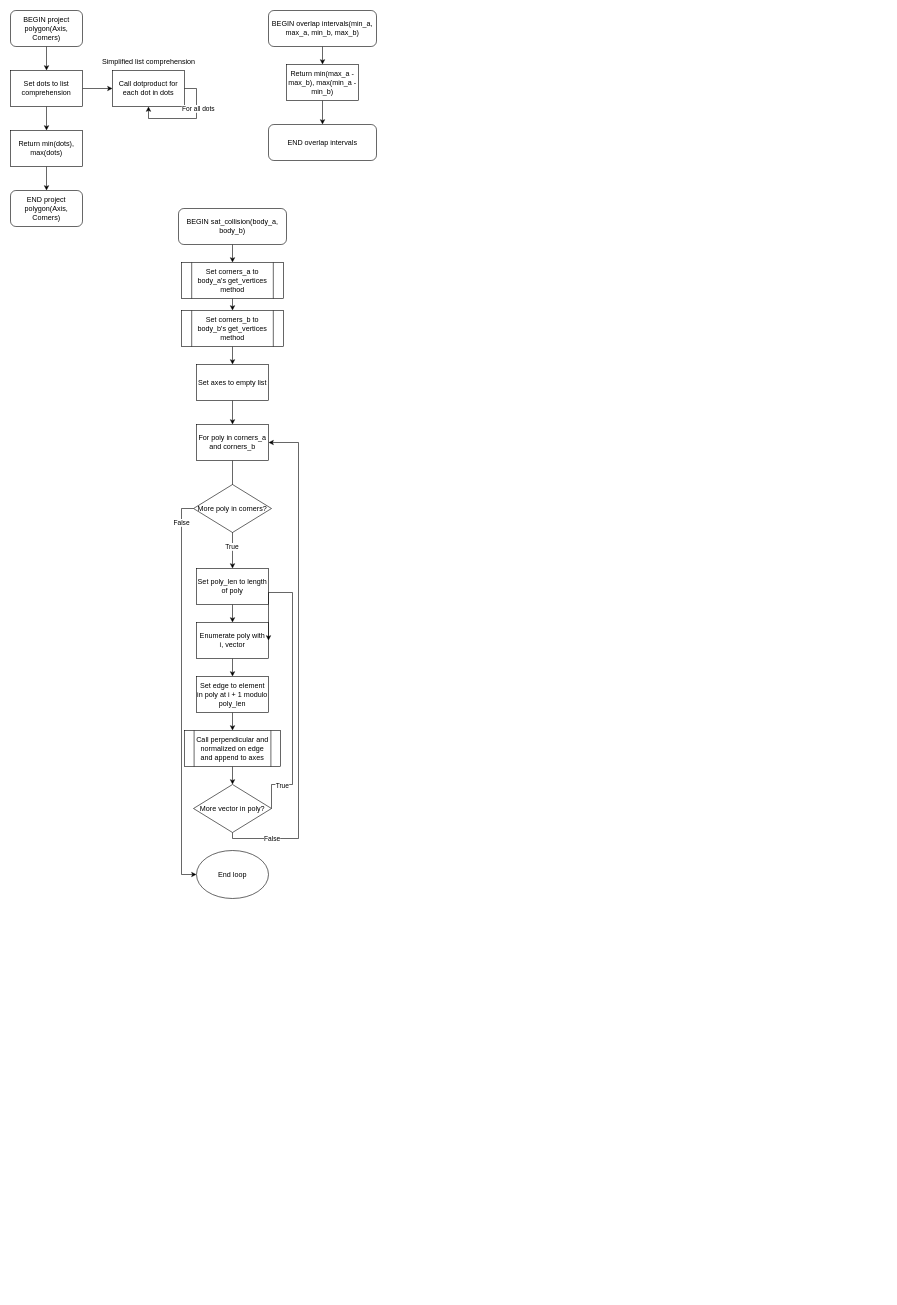
Above: sat.drawio in sub-arctic/software-task-1 (draw.io), before the change. Source tidied: cells renumbered, new cells numbered last; positions are measured from the earlier drawing's top-left corner, leaving out a move shared by most shapes. Both pictures are drawn from the tidied source at 60%, with x=0, y=0 at pixel (10, 10).
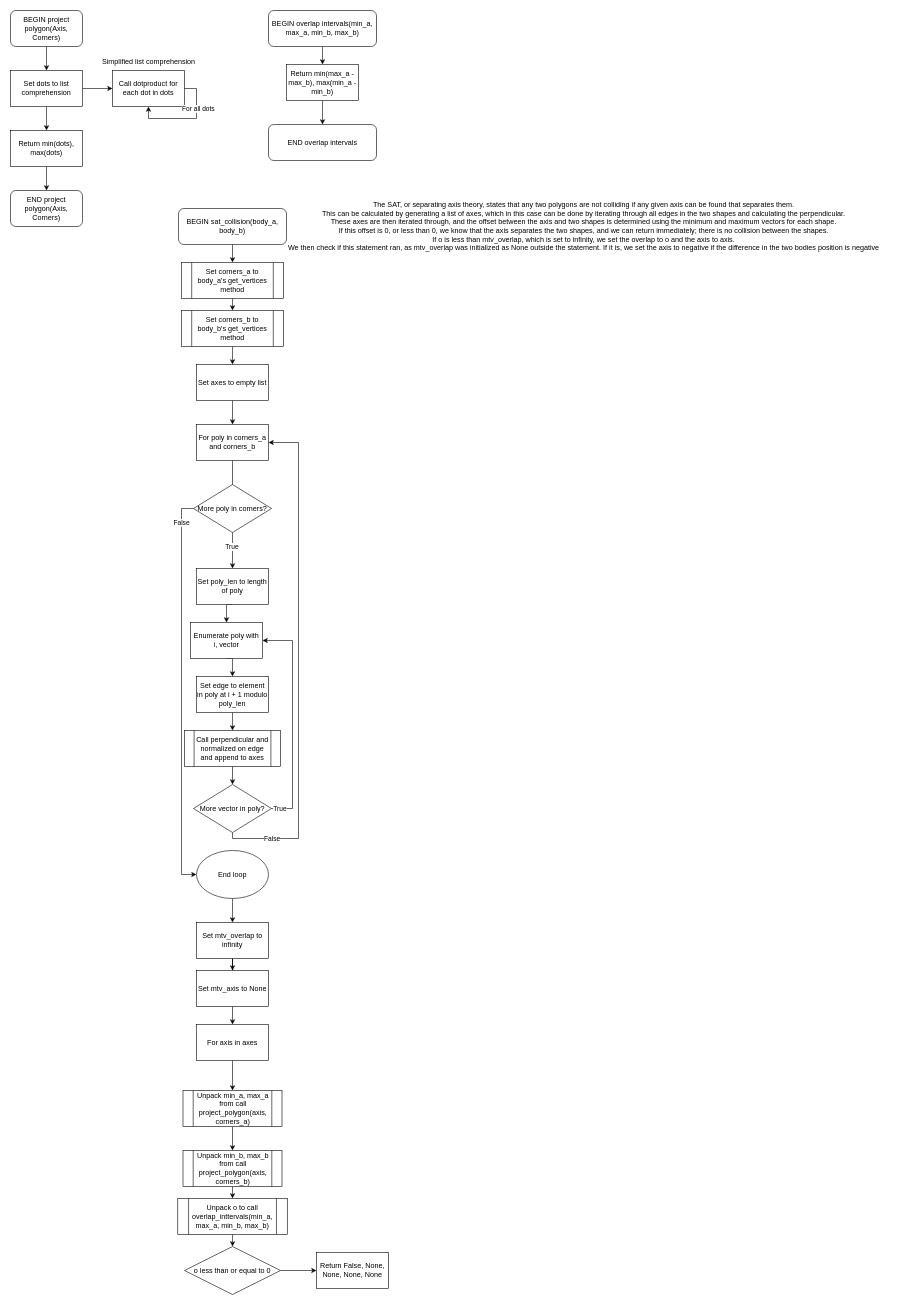
After the change.

Unchanged cells that the change refers to:
```xml
<mxCell id="42" value="More vector in poly?" style="rhombus;whiteSpace=wrap;html=1;" parent="1" vertex="1">
  <mxGeometry x="305" y="1290" width="130" height="80" as="geometry" />
</mxCell>
<mxCell id="46" value="End loop" style="ellipse;whiteSpace=wrap;html=1;" parent="1" vertex="1">
  <mxGeometry x="310" y="1400" width="120" height="80" as="geometry" />
</mxCell>
```

What changed in the source:
```diff
@@
     <mxCell id="31" value="Enumerate poly with i, vector" style="rounded=0;whiteSpace=wrap;html=1;" parent="1" vertex="1">
-      <mxGeometry x="310" y="1020" width="120" height="60" as="geometry" />
+      <mxGeometry x="300" y="1020" width="120" height="60" as="geometry" />
     </mxCell>
@@
     <mxCell id="38" style="edgeStyle=orthogonalEdgeStyle;rounded=0;jettySize=auto;html=1;exitX=1;exitY=0.5;exitDx=0;exitDy=0;entryX=1;entryY=0.5;entryDx=0;entryDy=0;" parent="1" edge="1" source="42" target="31">
       <mxGeometry relative="1" as="geometry">
         <Array as="points">
-          <mxPoint x="435" y="1290" />
-          <mxPoint x="470" y="1290" />
-          <mxPoint x="470" y="970" />
-          <mxPoint x="430" y="970" />
+          <mxPoint x="470" y="1330" />
+          <mxPoint x="470" y="1050" />
         </Array>
       </mxGeometry>
     </mxCell>
     <mxCell id="39" value="True" style="edgeLabel;html=1;align=center;verticalAlign=middle;" parent="38" vertex="1">
-      <mxGeometry x="-0.78" y="-1" relative="1" as="geometry" />
+      <mxGeometry x="-0.93" relative="1" as="geometry" />
     </mxCell>
@@
+    <mxCell id="47" style="edgeStyle=orthogonalEdgeStyle;rounded=0;jettySize=auto;html=1;exitX=0.5;exitY=1;exitDx=0;exitDy=0;" parent="1" edge="1" source="46" target="49">
+      <mxGeometry relative="1" as="geometry" />
+    </mxCell>
@@
+    <mxCell id="48" style="edgeStyle=orthogonalEdgeStyle;rounded=0;jettySize=auto;html=1;exitX=0.5;exitY=1;exitDx=0;exitDy=0;" parent="1" edge="1" source="49" target="51">
+      <mxGeometry relative="1" as="geometry" />
+    </mxCell>
+    <mxCell id="49" value="Set mtv_overlap to infinity" style="rounded=0;whiteSpace=wrap;html=1;" parent="1" vertex="1">
+      <mxGeometry x="310" y="1520" width="120" height="60" as="geometry" />
+    </mxCell>
+    <mxCell id="50" style="edgeStyle=orthogonalEdgeStyle;rounded=0;jettySize=auto;html=1;exitX=0.5;exitY=1;exitDx=0;exitDy=0;entryX=0.5;entryY=0;entryDx=0;entryDy=0;" parent="1" edge="1" source="51" target="53">
+      <mxGeometry relative="1" as="geometry" />
+    </mxCell>
+    <mxCell id="51" value="Set mtv_axis to None" style="rounded=0;whiteSpace=wrap;html=1;" parent="1" vertex="1">
+      <mxGeometry x="310" y="1600" width="120" height="60" as="geometry" />
+    </mxCell>
+    <mxCell id="52" style="edgeStyle=orthogonalEdgeStyle;rounded=0;jettySize=auto;html=1;exitX=0.5;exitY=1;exitDx=0;exitDy=0;entryX=0.5;entryY=0;entryDx=0;entryDy=0;" parent="1" edge="1" source="53" target="55">
+      <mxGeometry relative="1" as="geometry" />
+    </mxCell>
+    <mxCell id="53" value="For axis in axes" style="rounded=0;whiteSpace=wrap;html=1;" parent="1" vertex="1">
+      <mxGeometry x="310" y="1690" width="120" height="60" as="geometry" />
+    </mxCell>
+    <mxCell id="54" style="edgeStyle=orthogonalEdgeStyle;rounded=0;jettySize=auto;html=1;exitX=0.5;exitY=1;exitDx=0;exitDy=0;entryX=0.5;entryY=0;entryDx=0;entryDy=0;" parent="1" edge="1" source="55" target="57">
+      <mxGeometry relative="1" as="geometry" />
+    </mxCell>
+    <mxCell id="55" value="Unpack min_a, max_a from call project_polygon(axis, corners_a)" style="shape=process;whiteSpace=wrap;html=1;backgroundOutline=1;" parent="1" vertex="1">
+      <mxGeometry x="287.5" y="1800" width="165" height="60" as="geometry" />
+    </mxCell>
+    <mxCell id="56" style="edgeStyle=orthogonalEdgeStyle;rounded=0;jettySize=auto;html=1;exitX=0.5;exitY=1;exitDx=0;exitDy=0;entryX=0.5;entryY=0;entryDx=0;entryDy=0;" parent="1" edge="1" source="57" target="59">
+      <mxGeometry relative="1" as="geometry" />
+    </mxCell>
+    <mxCell id="57" value="Unpack min_b, max_b from call project_polygon(axis, corners_b)" style="shape=process;whiteSpace=wrap;html=1;backgroundOutline=1;" parent="1" vertex="1">
+      <mxGeometry x="287.5" y="1900" width="165" height="60" as="geometry" />
+    </mxCell>
+    <mxCell id="58" style="edgeStyle=orthogonalEdgeStyle;rounded=0;jettySize=auto;html=1;exitX=0.5;exitY=1;exitDx=0;exitDy=0;entryX=0.5;entryY=0;entryDx=0;entryDy=0;" parent="1" edge="1" source="59" target="61">
+      <mxGeometry relative="1" as="geometry" />
+    </mxCell>
+    <mxCell id="59" value="Unpack o to call overlap_inttervals(min_a, max_a, min_b, max_b)" style="shape=process;whiteSpace=wrap;html=1;backgroundOutline=1;" parent="1" vertex="1">
+      <mxGeometry x="278.8" y="1980" width="182.5" height="60" as="geometry" />
+    </mxCell>
+    <mxCell id="60" style="edgeStyle=orthogonalEdgeStyle;rounded=0;jettySize=auto;html=1;exitX=1;exitY=0.5;exitDx=0;exitDy=0;entryX=0;entryY=0.5;entryDx=0;entryDy=0;" parent="1" edge="1" source="61" target="62">
+      <mxGeometry relative="1" as="geometry" />
+    </mxCell>
+    <mxCell id="61" value="o less than or equal to 0" style="rhombus;whiteSpace=wrap;html=1;" parent="1" vertex="1">
+      <mxGeometry x="290" y="2060" width="160" height="80" as="geometry" />
+    </mxCell>
+    <mxCell id="62" value="Return False, None, None, None, None" style="rounded=0;whiteSpace=wrap;html=1;" parent="1" vertex="1">
+      <mxGeometry x="510" y="2070" width="120" height="60" as="geometry" />
+    </mxCell>
+    <mxCell id="63" value="&lt;div&gt;The SAT, or separating axis theory, states that any two polygons are not colliding if any given axis can be found that separates them.&lt;/div&gt;&lt;div&gt;This can be calculated by generating a list of axes, which in this case can be done by iterating through all edges in the two shapes and calculating the perpendicular.&lt;/div&gt;&lt;div&gt;These axes are then iterated through, and the offset between the axis and two shapes is determined using the minimum and maximum vectors for each shape.&lt;/div&gt;&lt;div&gt;If this offset is 0, or less than 0, we know that the axis separates the two shapes, and we can return immediately; there is no collision between the shapes.&lt;/div&gt;&lt;div&gt;If o is less than mtv_overlap, which is set to infinity, we set the overlap to o and the axis to axis. &lt;br&gt;&lt;/div&gt;&lt;div&gt;We then check if this statement ran, as mtv_overlap was initialized as None outside the statement. If it is, we set the axis to negative if the difference in the two bodies position is negative&lt;/div&gt;" style="text;html=1;align=center;verticalAlign=middle;strokeColor=none;fillColor=none;" parent="1" vertex="1">
+      <mxGeometry x="450" y="310" width="1010" height="100" as="geometry" />
+    </mxCell>
```
